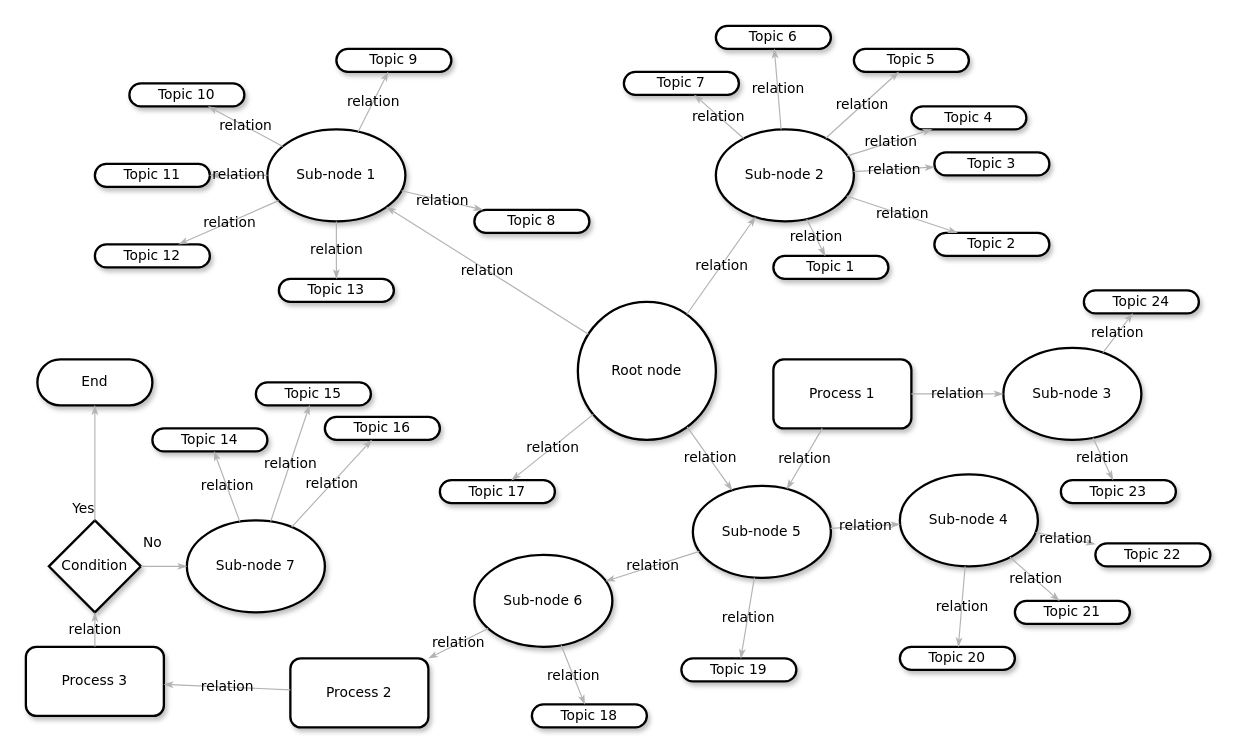
The draw.io diagram Untitled Diagram.drawio in pipeventas/DrawioDiagrams, before the edit. Source tidied: cells renumbered, new cells numbered last; positions are measured from the earlier drawing's top-left corner, leaving out a move shared by most shapes. Both pictures are drawn from the tidied source at 115%, with x=0, y=0 at pixel (25, 25).
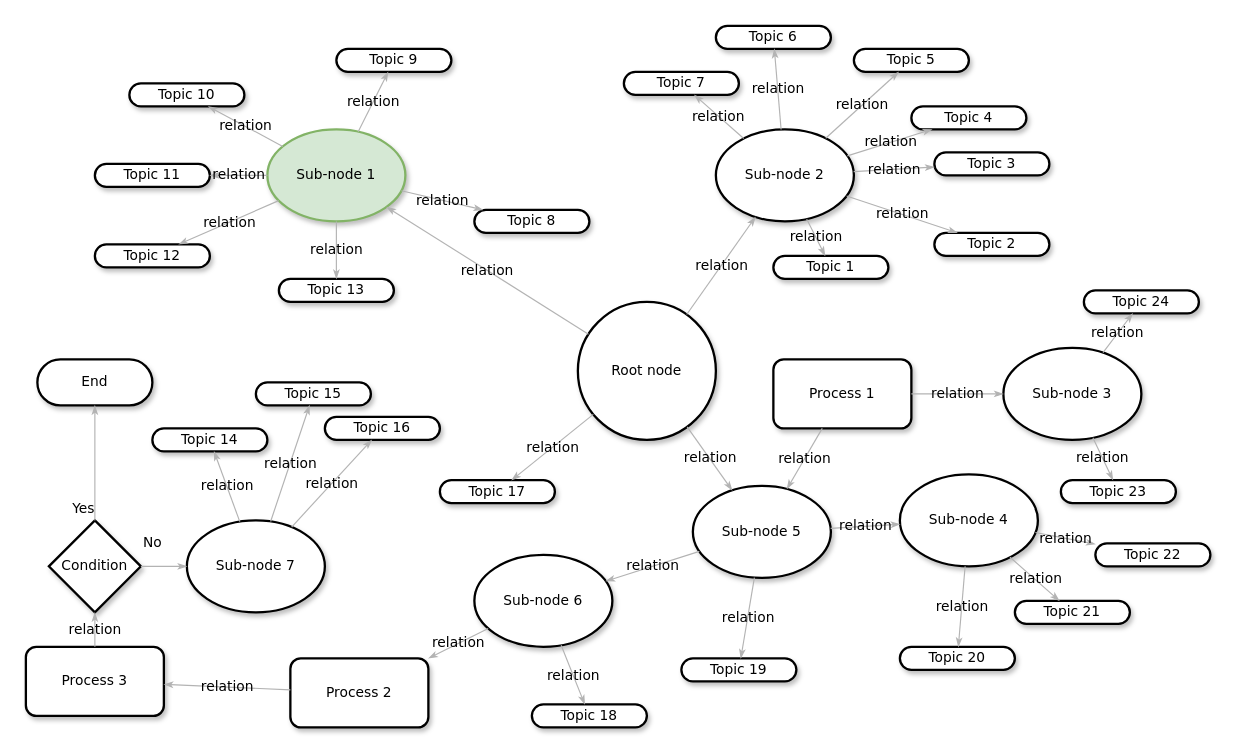
The same diagram, later.

Diff of the diagram source:
```diff
@@
-    <mxCell id="3" value="Sub-node 1" style="ellipse;whiteSpace=wrap;html=1;rounded=1;shadow=1;comic=0;labelBackgroundColor=none;strokeWidth=2;fontFamily=Verdana;fontSize=12;align=center;" parent="1" vertex="1">
+    <mxCell id="3" value="Sub-node 1" style="ellipse;whiteSpace=wrap;html=1;rounded=1;shadow=1;comic=0;labelBackgroundColor=none;strokeWidth=2;fontFamily=Verdana;fontSize=12;align=center;fillColor=#d5e8d4;strokeColor=#82b366;" parent="1" vertex="1">
       <mxGeometry x="210" y="90" width="120" height="80" as="geometry" />
     </mxCell>
```
